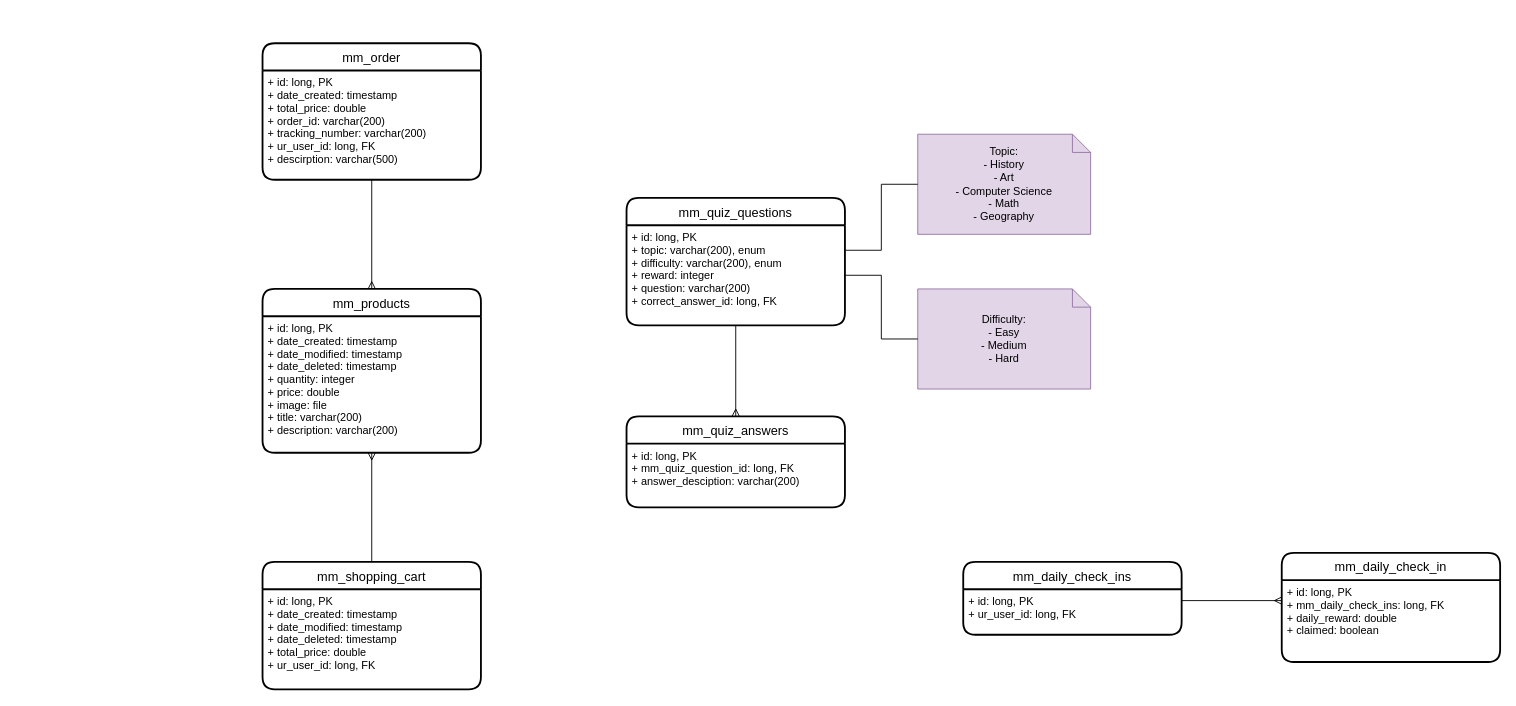
bbozilov26/EMT_2023_backend keeps this draw.io diagram as page "metamodels" (2 of 2) of EMT_diagrams.drawio. Above is the earlier version. Source tidied: cells renumbered, new cells numbered last; positions are measured from the earlier drawing's top-left corner, leaving out a move shared by most shapes. Both pictures are drawn from the tidied source at 91%, with x=0, y=0 at pixel (262, 43).
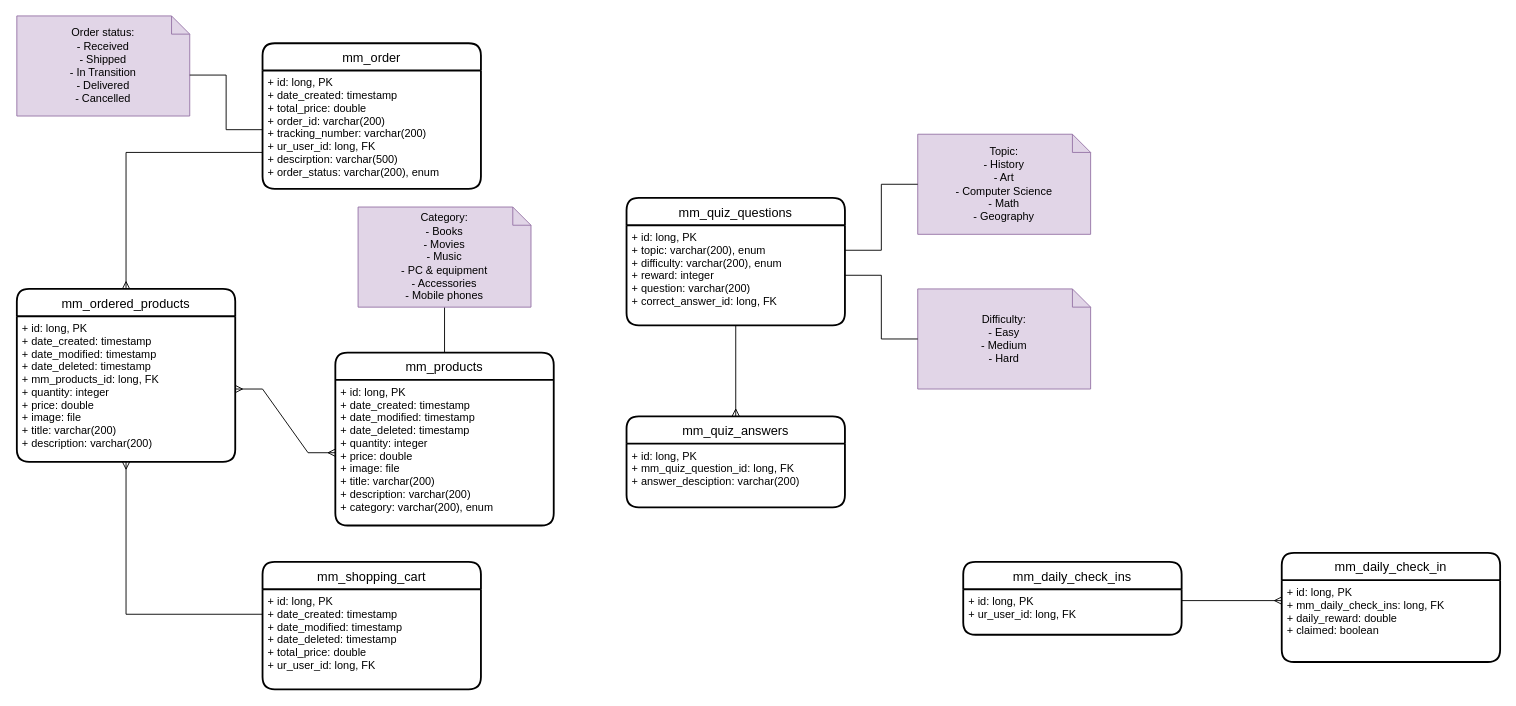
Above is the later version.

The change refers to these unchanged cells:
```xml
<mxCell id="14" value="mm_shopping_cart" style="swimlane;horizontal=1;startSize=30;rounded=1;fontSize=14;fontStyle=0;strokeWidth=2;shadow=0;dashed=0;align=center;" parent="1" vertex="1">
  <mxGeometry y="570" width="240" height="140" as="geometry" />
</mxCell>
<mxCell id="15" value="+ id: long, PK&#10;+ date_created: timestamp&#10;+ date_modified: timestamp&#10;+ date_deleted: timestamp&#10;+ total_price: double&#10;+ ur_user_id: long, FK" style="align=left;strokeColor=none;fillColor=none;spacingLeft=4;fontSize=12;verticalAlign=top;" parent="14" vertex="1">
  <mxGeometry y="30" width="240" height="110" as="geometry" />
</mxCell>
```

Change to the diagram source:
```diff
@@
+    <mxCell id="24" style="edgeStyle=orthogonalEdgeStyle;rounded=0;jettySize=auto;html=1;exitX=0.5;exitY=0;exitDx=0;exitDy=0;entryX=0.5;entryY=1;entryDx=0;entryDy=0;entryPerimeter=0;endArrow=none;endFill=0;" parent="1" edge="1" source="2" target="30">
+      <mxGeometry relative="1" as="geometry" />
+    </mxCell>
     <mxCell id="2" value="mm_products" style="swimlane;horizontal=1;startSize=30;rounded=1;fontSize=14;fontStyle=0;strokeWidth=2;shadow=0;dashed=0;align=center;" parent="1" vertex="1">
-      <mxGeometry y="270" width="240" height="180" as="geometry" />
+      <mxGeometry x="80" y="340" width="240" height="190" as="geometry" />
     </mxCell>
-    <mxCell id="3" value="+ id: long, PK&#10;+ date_created: timestamp&#10;+ date_modified: timestamp&#10;+ date_deleted: timestamp&#10;+ quantity: integer&#10;+ price: double&#10;+ image: file&#10;+ title: varchar(200)&#10;+ description: varchar(200)" style="align=left;strokeColor=none;fillColor=none;spacingLeft=4;fontSize=12;verticalAlign=top;" parent="2" vertex="1">
-      <mxGeometry y="30" width="240" height="150" as="geometry" />
+    <mxCell id="3" value="+ id: long, PK&#10;+ date_created: timestamp&#10;+ date_modified: timestamp&#10;+ date_deleted: timestamp&#10;+ quantity: integer&#10;+ price: double&#10;+ image: file&#10;+ title: varchar(200)&#10;+ description: varchar(200)&#10;+ category: varchar(200), enum" style="align=left;strokeColor=none;fillColor=none;spacingLeft=4;fontSize=12;verticalAlign=top;" parent="2" vertex="1">
+      <mxGeometry y="30" width="240" height="160" as="geometry" />
     </mxCell>
@@
-    <mxCell id="13" style="edgeStyle=orthogonalEdgeStyle;rounded=0;jettySize=auto;html=1;exitX=0.5;exitY=0;exitDx=0;exitDy=0;entryX=0.5;entryY=1;entryDx=0;entryDy=0;endArrow=ERmany;endFill=0;" parent="1" edge="1" source="14" target="2">
+    <mxCell id="13" style="edgeStyle=orthogonalEdgeStyle;rounded=0;jettySize=auto;html=1;exitX=0;exitY=0.25;exitDx=0;exitDy=0;entryX=0.5;entryY=1;entryDx=0;entryDy=0;endArrow=ERmany;endFill=0;" parent="1" edge="1" source="15" target="28">
       <mxGeometry relative="1" as="geometry" />
     </mxCell>
@@
     <mxCell id="21" value="mm_order" style="swimlane;horizontal=1;startSize=30;rounded=1;fontSize=14;fontStyle=0;strokeWidth=2;shadow=0;dashed=0;align=center;" parent="1" vertex="1">
-      <mxGeometry width="240" height="150" as="geometry" />
+      <mxGeometry width="240" height="160" as="geometry" />
     </mxCell>
-    <mxCell id="22" value="+ id: long, PK&#10;+ date_created: timestamp&#10;+ total_price: double&#10;+ order_id: varchar(200)&#10;+ tracking_number: varchar(200)&#10;+ ur_user_id: long, FK&#10;+ descirption: varchar(500)" style="align=left;strokeColor=none;fillColor=none;spacingLeft=4;fontSize=12;verticalAlign=top;" parent="21" vertex="1">
-      <mxGeometry y="30" width="240" height="120" as="geometry" />
+    <mxCell id="22" value="+ id: long, PK&#10;+ date_created: timestamp&#10;+ total_price: double&#10;+ order_id: varchar(200)&#10;+ tracking_number: varchar(200)&#10;+ ur_user_id: long, FK&#10;+ descirption: varchar(500)&#10;+ order_status: varchar(200), enum" style="align=left;strokeColor=none;fillColor=none;spacingLeft=4;fontSize=12;verticalAlign=top;" parent="21" vertex="1">
+      <mxGeometry y="30" width="240" height="130" as="geometry" />
     </mxCell>
-    <mxCell id="23" style="edgeStyle=orthogonalEdgeStyle;rounded=0;jettySize=auto;html=1;exitX=0.5;exitY=1;exitDx=0;exitDy=0;entryX=0.5;entryY=0;entryDx=0;entryDy=0;endArrow=ERmany;endFill=0;" parent="1" edge="1" source="22" target="2">
+    <mxCell id="23" style="edgeStyle=orthogonalEdgeStyle;rounded=0;jettySize=auto;html=1;exitX=0;exitY=0.75;exitDx=0;exitDy=0;entryX=0.5;entryY=0;entryDx=0;entryDy=0;endArrow=ERmany;endFill=0;" parent="1" edge="1" source="21" target="27">
       <mxGeometry relative="1" as="geometry" />
     </mxCell>
+    <mxCell id="25" value="Order status:&lt;br&gt;- Received&lt;br&gt;- Shipped&lt;br&gt;- In Transition&lt;br&gt;- Delivered&lt;br&gt;- Cancelled" style="shape=note;size=20;whiteSpace=wrap;html=1;fillColor=#e1d5e7;strokeColor=#9673a6;" parent="1" vertex="1">
+      <mxGeometry x="-270" y="-30" width="190" height="110" as="geometry" />
+    </mxCell>
+    <mxCell id="26" style="edgeStyle=orthogonalEdgeStyle;rounded=0;jettySize=auto;html=1;exitX=0;exitY=0.5;exitDx=0;exitDy=0;entryX=0;entryY=0;entryDx=190;entryDy=65;entryPerimeter=0;endArrow=none;endFill=0;" parent="1" edge="1" source="22" target="25">
+      <mxGeometry relative="1" as="geometry" />
+    </mxCell>
+    <mxCell id="27" value="mm_ordered_products" style="swimlane;horizontal=1;startSize=30;rounded=1;fontSize=14;fontStyle=0;strokeWidth=2;shadow=0;dashed=0;align=center;" parent="1" vertex="1">
+      <mxGeometry x="-270" y="270" width="240" height="190" as="geometry" />
+    </mxCell>
+    <mxCell id="28" value="+ id: long, PK&#10;+ date_created: timestamp&#10;+ date_modified: timestamp&#10;+ date_deleted: timestamp&#10;+ mm_products_id: long, FK&#10;+ quantity: integer&#10;+ price: double&#10;+ image: file&#10;+ title: varchar(200)&#10;+ description: varchar(200)" style="align=left;strokeColor=none;fillColor=none;spacingLeft=4;fontSize=12;verticalAlign=top;" parent="27" vertex="1">
+      <mxGeometry y="30" width="240" height="160" as="geometry" />
+    </mxCell>
+    <mxCell id="29" style="edgeStyle=entityRelationEdgeStyle;fontSize=12;html=1;endArrow=ERmany;startArrow=ERmany;rounded=0;exitX=1;exitY=0.5;exitDx=0;exitDy=0;entryX=0;entryY=0.5;entryDx=0;entryDy=0;" parent="1" edge="1" source="28" target="3">
+      <mxGeometry relative="1" as="geometry" />
+    </mxCell>
+    <mxCell id="30" value="Category:&lt;br&gt;- Books&lt;br&gt;- Movies&lt;br&gt;- Music&lt;br&gt;- PC &amp;amp; equipment&lt;br&gt;- Accessories&lt;br&gt;- Mobile phones" style="shape=note;size=20;whiteSpace=wrap;html=1;fillColor=#e1d5e7;strokeColor=#9673a6;" parent="1" vertex="1">
+      <mxGeometry x="105" y="180" width="190" height="110" as="geometry" />
+    </mxCell>
```
